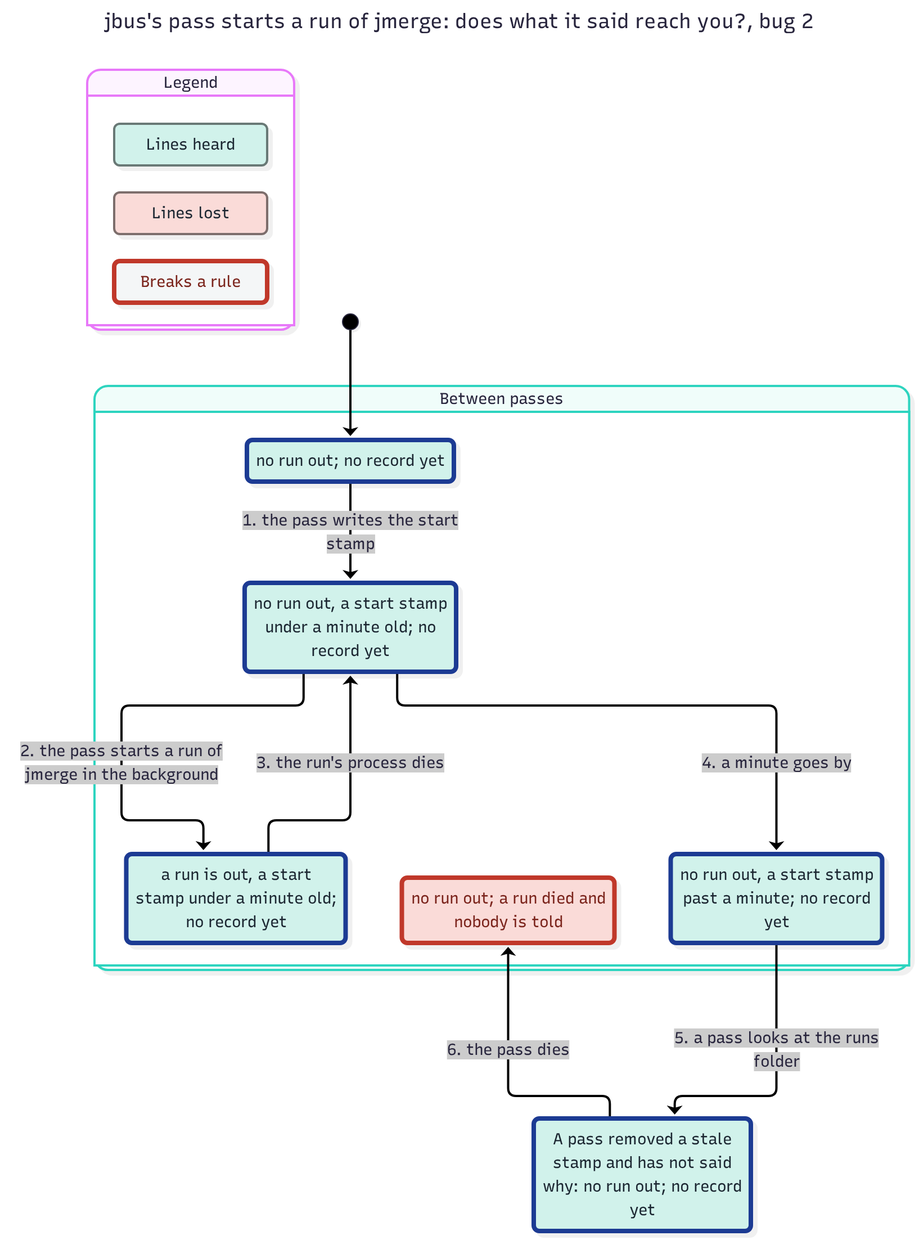
Above: features/jmerge/spec/MergeRun-statechart/bug-2.png in JoshuaHayesWasHere/jstack (Mermaid), before the change. Its source is kept beside it as features/jmerge/spec/MergeRun-statechart/bug-2.mmd. Its diagram source:
```mermaid
---
title: "jbus's pass starts a run of jmerge: does what it said reach you?, bug 2"
config:
  markdownAutoWrap: false
  state:
    useMaxWidth: false
---
stateDiagram-v2
  classDef plainWrong fill:#f4f6f7,stroke:#c0392b,stroke-width:4px,color:#7b241c
  classDef group0 fill:#d1f2eb,stroke:#697976,color:#1b2631
  classDef group0Path fill:#d1f2eb,stroke:#1f3a93,stroke-width:4px,color:#1b2631
  classDef group3 fill:#fadbd8,stroke:#7d6e6c,color:#1b2631
  classDef group3Wrong fill:#fadbd8,stroke:#c0392b,stroke-width:4px,color:#7b241c
  state "Legend" as legend {
    state "Lines heard" as legendGroup0
    state "Lines lost" as legendGroup3
    state "Breaks a rule" as legendWrong
  }
  class legendGroup0 group0
  class legendGroup3 group3
  class legendWrong plainWrong
  state "Between passes" as g0 {
    state "a run is out, a start<br/>stamp under a minute old;<br/>no record yet" as s0
    state "no run out, a start stamp<br/>past a minute; no record<br/>yet" as s1
    state "no run out, a start stamp<br/>under a minute old; no<br/>record yet" as s2
    state "no run out; a run died and<br/>nobody is told" as s3
    state "no run out; no record yet" as s4
  }
  state "A pass removed a stale<br/>stamp and has not said<br/>why: no run out; no record<br/>yet" as s5
  [*] --> s4
  s4 --> s2 : 1. the pass writes the start<br/>stamp
  s2 --> s0 : 2. the pass starts a run of<br/>jmerge in the background
  s2 --> s1 : 4. a minute goes by
  s0 --> s2 : 3. the run's process dies
  s1 --> s5 : 5. a pass looks at the runs<br/>folder
  s5 --> s3 : 6. the pass dies
  class s5 group0Path
  class s0 group0Path
  class s1 group0Path
  class s2 group0Path
  class s3 group3Wrong
  class s4 group0Path
```
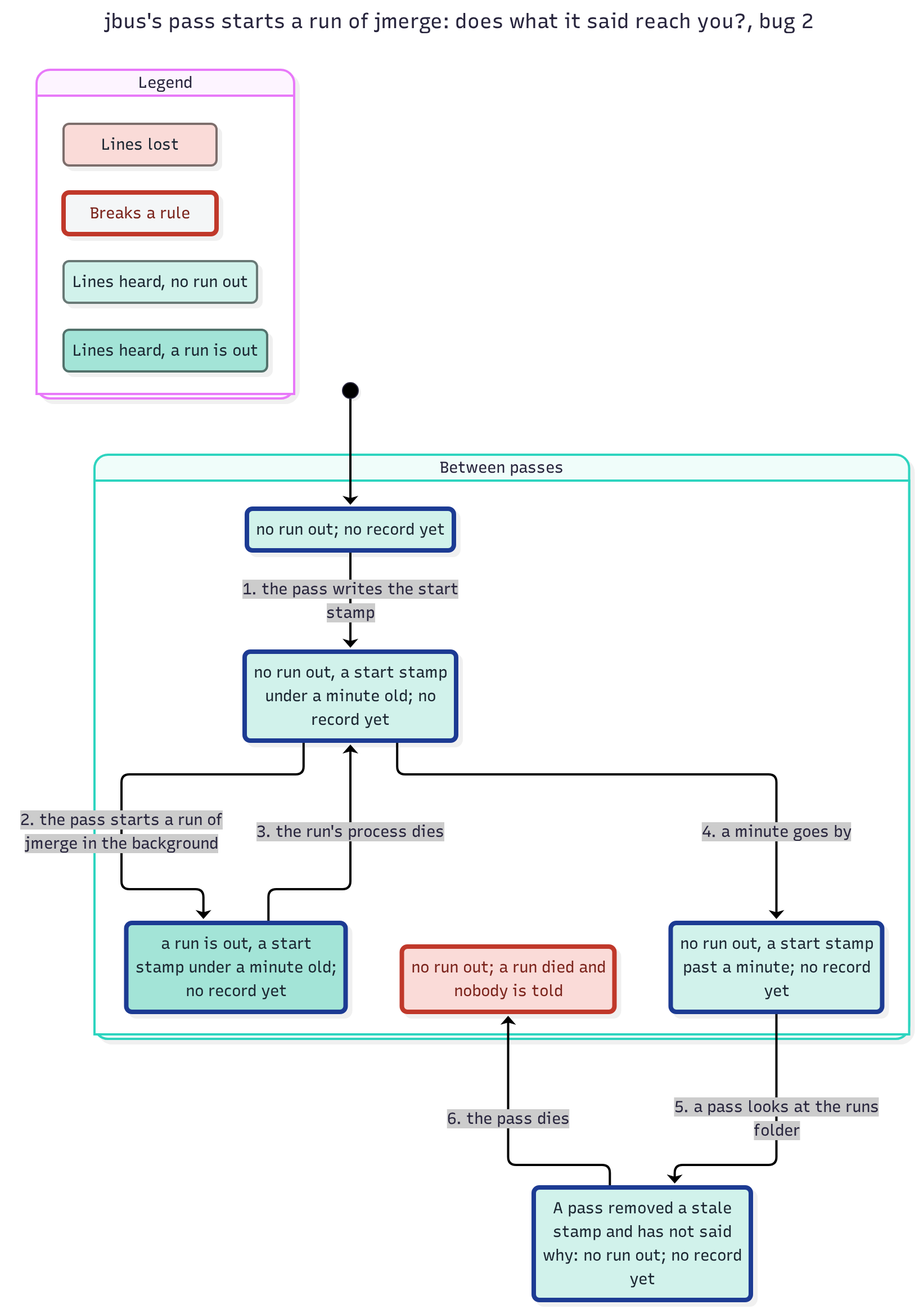
Above is the later version.

Diff of the diagram source:
```diff
@@ -9,15 +9,19 @@
   classDef plainWrong fill:#f4f6f7,stroke:#c0392b,stroke-width:4px,color:#7b241c
   classDef group0 fill:#d1f2eb,stroke:#697976,color:#1b2631
   classDef group0Path fill:#d1f2eb,stroke:#1f3a93,stroke-width:4px,color:#1b2631
-  classDef group3 fill:#fadbd8,stroke:#7d6e6c,color:#1b2631
-  classDef group3Wrong fill:#fadbd8,stroke:#c0392b,stroke-width:4px,color:#7b241c
+  classDef group1 fill:#a3e4d7,stroke:#52726c,color:#1b2631
+  classDef group1Path fill:#a3e4d7,stroke:#1f3a93,stroke-width:4px,color:#1b2631
+  classDef group5 fill:#fadbd8,stroke:#7d6e6c,color:#1b2631
+  classDef group5Wrong fill:#fadbd8,stroke:#c0392b,stroke-width:4px,color:#7b241c
   state "Legend" as legend {
-    state "Lines heard" as legendGroup0
-    state "Lines lost" as legendGroup3
+    state "Lines heard, no run out" as legendGroup0
+    state "Lines heard, a run is out" as legendGroup1
+    state "Lines lost" as legendGroup5
     state "Breaks a rule" as legendWrong
   }
   class legendGroup0 group0
-  class legendGroup3 group3
+  class legendGroup1 group1
+  class legendGroup5 group5
   class legendWrong plainWrong
   state "Between passes" as g0 {
     state "a run is out, a start<br/>stamp under a minute old;<br/>no record yet" as s0
@@ -35,8 +39,8 @@
   s1 --> s5 : 5. a pass looks at the runs<br/>folder
   s5 --> s3 : 6. the pass dies
   class s5 group0Path
-  class s0 group0Path
+  class s0 group1Path
   class s1 group0Path
   class s2 group0Path
-  class s3 group3Wrong
+  class s3 group5Wrong
   class s4 group0Path
```
